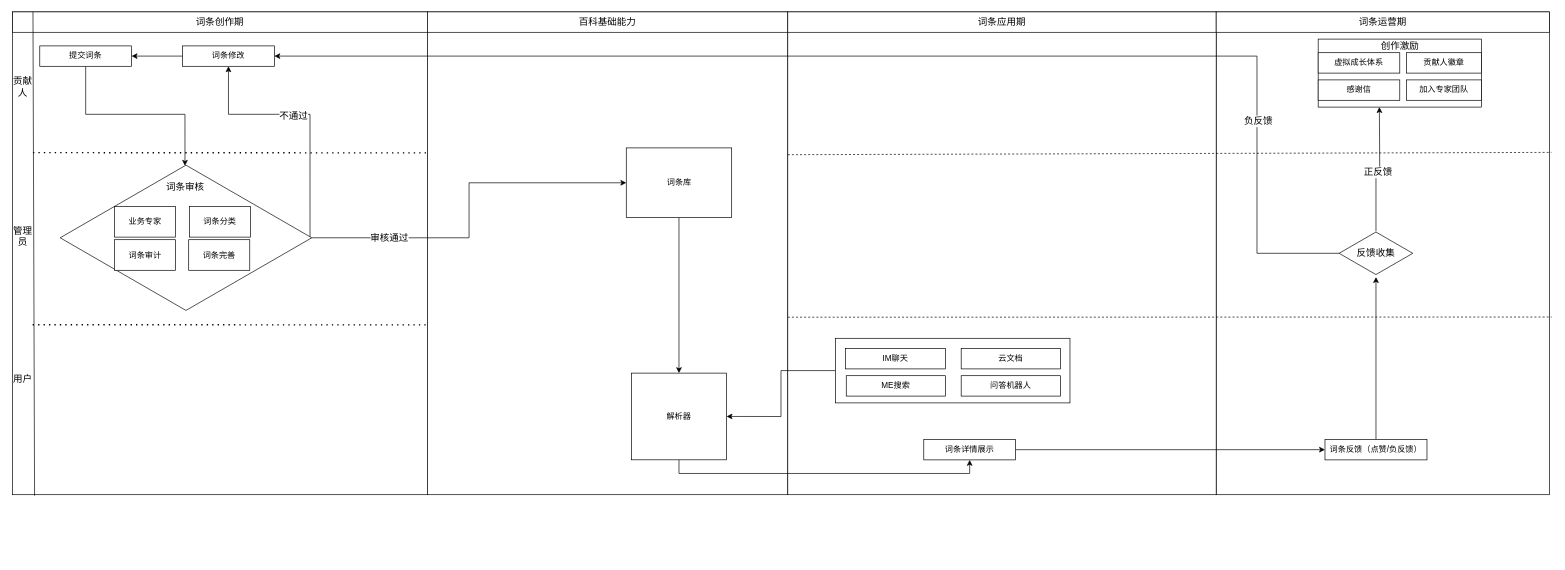
This is 知识百科-业务流程图-改3.drawio from CoderGrowing/draw.io, a draw.io file, before an edit. Source tidied: cells renumbered, new cells numbered last; positions are measured from the earlier drawing's top-left corner, leaving out a move shared by most shapes. Both pictures are drawn from the tidied source at 68%, with x=0, y=0 at pixel (12, 12).
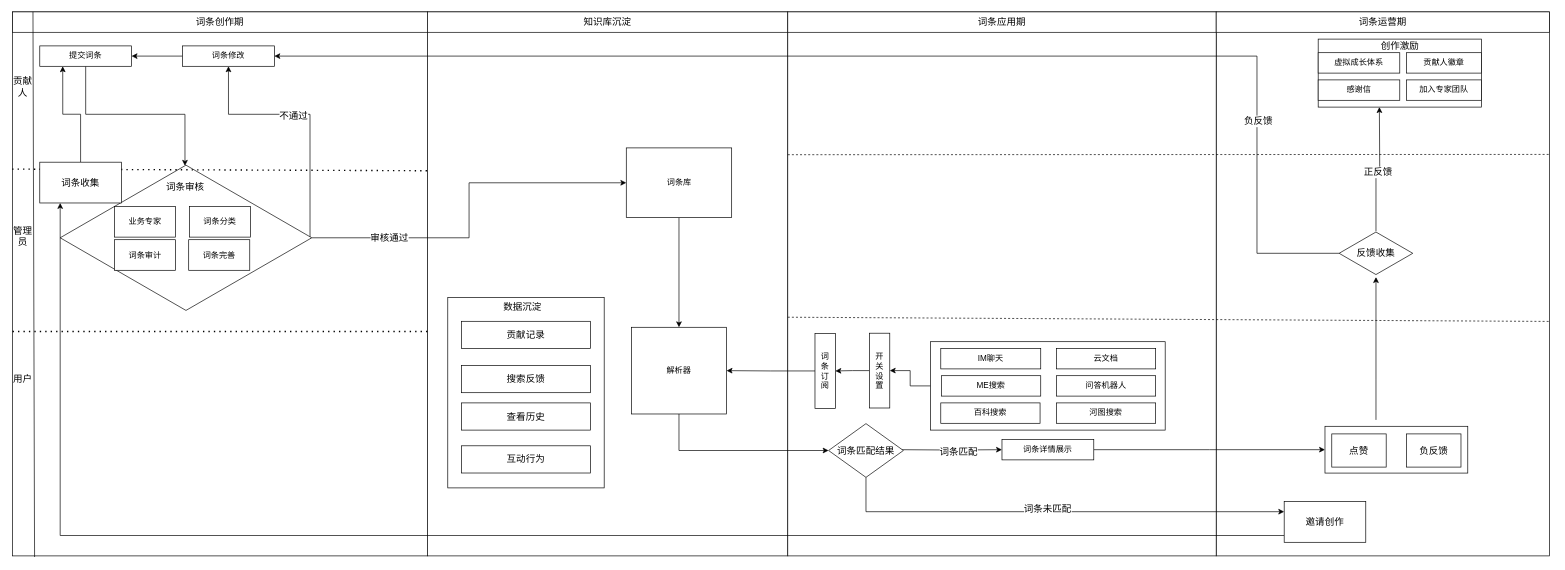
Above is the later version.

Commit message (it also covers changes not shown here):
更新知识百科-业务流程图-改3.drawio

The change refers to these unchanged cells:
```xml
<mxCell id="8" value="提交词条" style="rounded=0;whiteSpace=wrap;html=1;" parent="1" vertex="1">
  <mxGeometry x="40" y="50" width="135" height="30" as="geometry" />
</mxCell>
```

Change to the diagram source:
```diff
@@
     <mxCell id="2" style="rounded=0;whiteSpace=wrap;html=1;" parent="1" vertex="1">
-      <mxGeometry x="1770" width="490" height="710" as="geometry" />
+      <mxGeometry x="1770" width="490" height="800" as="geometry" />
     </mxCell>
@@
     <mxCell id="4" style="rounded=0;whiteSpace=wrap;html=1;" parent="1" vertex="1">
-      <mxGeometry width="610" height="710" as="geometry" />
+      <mxGeometry width="610" height="800" as="geometry" />
     </mxCell>
     <mxCell id="5" style="rounded=0;whiteSpace=wrap;html=1;" parent="1" vertex="1">
-      <mxGeometry x="610" width="530" height="710" as="geometry" />
+      <mxGeometry x="610" width="530" height="800" as="geometry" />
     </mxCell>
     <mxCell id="6" style="rounded=0;whiteSpace=wrap;html=1;" parent="1" vertex="1">
-      <mxGeometry x="1140" width="630" height="710" as="geometry" />
+      <mxGeometry x="1140" width="630" height="800" as="geometry" />
     </mxCell>
@@
-    <mxCell id="10" value="&lt;span style=&quot;font-size: 14px;&quot;&gt;百科基础能力&lt;/span&gt;" style="rounded=0;whiteSpace=wrap;html=1;" parent="1" vertex="1">
+    <mxCell id="10" value="&lt;span style=&quot;font-size: 14px;&quot;&gt;知识库沉淀&lt;/span&gt;" style="rounded=0;whiteSpace=wrap;html=1;" parent="1" vertex="1">
       <mxGeometry x="610" width="530" height="30" as="geometry" />
     </mxCell>
@@
-    <mxCell id="13" style="endArrow=none;dashed=1;html=1;rounded=0;fontSize=14;entryX=1.006;entryY=0.291;entryDx=0;entryDy=0;entryPerimeter=0;" parent="1" edge="1" target="2">
+    <mxCell id="13" style="endArrow=none;dashed=1;html=1;rounded=0;fontSize=14;entryX=0.999;entryY=0.262;entryDx=0;entryDy=0;entryPerimeter=0;" parent="1" edge="1" target="2">
       <mxGeometry relative="1" as="geometry">
         <mxPoint x="1140" y="210" as="sourcePoint" />
       </mxGeometry>
     </mxCell>
@@
-    <mxCell id="20" style="endArrow=none;dashed=1;html=1;rounded=0;fontSize=14;entryX=1.007;entryY=0.632;entryDx=0;entryDy=0;entryPerimeter=0;" parent="1" edge="1" target="2">
+    <mxCell id="20" style="endArrow=none;dashed=1;html=1;rounded=0;fontSize=14;entryX=1.002;entryY=0.569;entryDx=0;entryDy=0;entryPerimeter=0;" parent="1" edge="1" target="2">
       <mxGeometry relative="1" as="geometry">
         <mxPoint x="1140" y="449" as="sourcePoint" />
       </mxGeometry>
     </mxCell>
@@
-    <mxCell id="27" style="edgeStyle=orthogonalEdgeStyle;rounded=0;jettySize=auto;html=1;entryX=1;entryY=0.5;entryDx=0;entryDy=0;fontSize=14;" parent="1" edge="1" source="28" target="54">
-      <mxGeometry relative="1" as="geometry" />
-    </mxCell>
+    <mxCell id="57" style="edgeStyle=orthogonalEdgeStyle;rounded=0;jettySize=auto;html=1;entryX=1;entryY=0.5;entryDx=0;entryDy=0;fontSize=14;" parent="1" edge="1" source="28" target="60">
+      <mxGeometry relative="1" as="geometry" />
+    </mxCell>
     <mxCell id="28" style="rounded=0;whiteSpace=wrap;html=1;" parent="1" vertex="1">
-      <mxGeometry x="1210" y="480" width="345" height="95" as="geometry" />
+      <mxGeometry x="1350" y="485" width="345" height="130" as="geometry" />
     </mxCell>
     <mxCell id="29" value="IM聊天" style="rounded=0;whiteSpace=wrap;html=1;" parent="1" vertex="1">
-      <mxGeometry x="1225" y="495" width="147" height="30" as="geometry" />
+      <mxGeometry x="1365" y="495" width="147" height="30" as="geometry" />
     </mxCell>
     <mxCell id="30" value="云文档" style="rounded=0;whiteSpace=wrap;html=1;" parent="1" vertex="1">
-      <mxGeometry x="1395" y="495" width="146" height="30" as="geometry" />
+      <mxGeometry x="1535" y="495" width="146" height="30" as="geometry" />
     </mxCell>
     <mxCell id="31" value="ME搜索" style="rounded=0;whiteSpace=wrap;html=1;" parent="1" vertex="1">
-      <mxGeometry x="1226" y="535" width="146" height="30" as="geometry" />
+      <mxGeometry x="1366" y="535" width="146" height="30" as="geometry" />
     </mxCell>
     <mxCell id="32" value="问答机器人" style="rounded=0;whiteSpace=wrap;html=1;" parent="1" vertex="1">
-      <mxGeometry x="1395" y="535" width="146" height="30" as="geometry" />
+      <mxGeometry x="1535" y="535" width="146" height="30" as="geometry" />
     </mxCell>
@@
-    <mxCell id="34" style="edgeStyle=orthogonalEdgeStyle;rounded=0;jettySize=auto;html=1;entryX=0;entryY=0.5;entryDx=0;entryDy=0;fontSize=14;" parent="1" edge="1" source="35" target="37">
-      <mxGeometry relative="1" as="geometry" />
+    <mxCell id="34" style="edgeStyle=orthogonalEdgeStyle;rounded=0;jettySize=auto;html=1;entryX=0;entryY=0.5;entryDx=0;entryDy=0;fontSize=14;" parent="1" edge="1" source="35">
+      <mxGeometry relative="1" as="geometry">
+        <mxPoint x="1930" y="643.8" as="targetPoint" />
+      </mxGeometry>
     </mxCell>
     <mxCell id="35" value="词条详情展示" style="rounded=0;whiteSpace=wrap;html=1;" parent="1" vertex="1">
-      <mxGeometry x="1340" y="628.8" width="135" height="30" as="geometry" />
+      <mxGeometry x="1455" y="628.8" width="135" height="30" as="geometry" />
     </mxCell>
-    <mxCell id="36" style="edgeStyle=orthogonalEdgeStyle;rounded=0;jettySize=auto;html=1;entryX=0.5;entryY=1;entryDx=0;entryDy=0;fontSize=14;" parent="1" edge="1" source="37">
+    <mxCell id="36" style="edgeStyle=orthogonalEdgeStyle;rounded=0;orthogonalLoop=1;jettySize=auto;html=1;entryX=0.5;entryY=1;entryDx=0;entryDy=0;fontSize=14;" parent="1" edge="1">
       <mxGeometry relative="1" as="geometry">
+        <mxPoint x="2005" y="600" as="sourcePoint" />
         <mxPoint x="2005" y="390" as="targetPoint" />
+        <Array as="points">
+          <mxPoint x="2005" y="540" />
+          <mxPoint x="2005" y="540" />
+        </Array>
       </mxGeometry>
     </mxCell>
-    <mxCell id="37" value="词条反馈（点赞/负反馈）" style="rounded=0;whiteSpace=wrap;html=1;" parent="1" vertex="1">
-      <mxGeometry x="1930" y="628.8" width="150" height="30" as="geometry" />
-    </mxCell>
@@
-    <mxCell id="53" style="edgeStyle=orthogonalEdgeStyle;rounded=0;jettySize=auto;html=1;entryX=0.5;entryY=1;entryDx=0;entryDy=0;fontSize=14;exitX=0.5;exitY=1;exitDx=0;exitDy=0;" parent="1" edge="1" source="54" target="35">
-      <mxGeometry relative="1" as="geometry" />
-    </mxCell>
+    <mxCell id="58" style="edgeStyle=orthogonalEdgeStyle;rounded=0;jettySize=auto;html=1;entryX=0;entryY=0.5;entryDx=0;entryDy=0;fontSize=14;exitX=0.5;exitY=1;exitDx=0;exitDy=0;" parent="1" edge="1" source="54" target="75">
+      <mxGeometry relative="1" as="geometry" />
+    </mxCell>
     <mxCell id="54" value="解析器" style="rounded=0;whiteSpace=wrap;html=1;" parent="1" vertex="1">
-      <mxGeometry x="910" y="531.2" width="140" height="127.5" as="geometry" />
+      <mxGeometry x="910" y="463.8" width="140" height="127.5" as="geometry" />
     </mxCell>
-    <mxCell id="55" style="endArrow=none;dashed=1;html=1;dashPattern=1 3;strokeWidth=2;rounded=0;fontSize=14;entryX=0.001;entryY=0.292;entryDx=0;entryDy=0;entryPerimeter=0;" parent="1" edge="1" target="5">
-      <mxGeometry relative="1" as="geometry">
-        <mxPoint x="30" y="207" as="sourcePoint" />
-      </mxGeometry>
+    <mxCell id="55" style="endArrow=none;dashed=1;html=1;dashPattern=1 3;strokeWidth=2;rounded=0;fontSize=14;entryX=0.001;entryY=0.292;entryDx=0;entryDy=0;entryPerimeter=0;exitX=-0.001;exitY=0.289;exitDx=0;exitDy=0;exitPerimeter=0;" parent="1" edge="1" source="4" target="5">
+      <mxGeometry relative="1" as="geometry" />
     </mxCell>
-    <mxCell id="56" style="endArrow=none;dashed=1;html=1;dashPattern=1 3;strokeWidth=2;rounded=0;fontSize=14;entryX=0.001;entryY=0.292;entryDx=0;entryDy=0;entryPerimeter=0;" parent="1" edge="1">
+    <mxCell id="56" style="endArrow=none;dashed=1;html=1;dashPattern=1 3;strokeWidth=2;rounded=0;fontSize=14;" parent="1" edge="1">
       <mxGeometry relative="1" as="geometry">
-        <mxPoint x="29.5" y="460" as="sourcePoint" />
-        <mxPoint x="610" y="460.3" as="targetPoint" />
+        <mxPoint y="470" as="sourcePoint" />
+        <mxPoint x="610" y="470" as="targetPoint" />
       </mxGeometry>
     </mxCell>
+    <mxCell id="59" style="edgeStyle=orthogonalEdgeStyle;rounded=0;jettySize=auto;html=1;entryX=1;entryY=0.5;entryDx=0;entryDy=0;fontSize=14;" parent="1" edge="1" source="60" target="62">
+      <mxGeometry relative="1" as="geometry" />
+    </mxCell>
+    <mxCell id="60" value="开&lt;br&gt;关&lt;br&gt;设&lt;br&gt;置" style="rounded=0;whiteSpace=wrap;html=1;" parent="1" vertex="1">
+      <mxGeometry x="1260" y="472.5" width="30" height="110" as="geometry" />
+    </mxCell>
+    <mxCell id="61" style="edgeStyle=orthogonalEdgeStyle;rounded=0;jettySize=auto;html=1;entryX=1;entryY=0.5;entryDx=0;entryDy=0;fontSize=14;" parent="1" edge="1" source="62" target="54">
+      <mxGeometry relative="1" as="geometry" />
+    </mxCell>
+    <mxCell id="62" value="词&lt;br&gt;条&lt;br&gt;订&lt;br&gt;阅" style="rounded=0;whiteSpace=wrap;html=1;" parent="1" vertex="1">
+      <mxGeometry x="1180" y="473" width="30" height="110" as="geometry" />
+    </mxCell>
+    <mxCell id="63" style="edgeStyle=orthogonalEdgeStyle;rounded=0;jettySize=auto;html=1;entryX=0;entryY=0.5;entryDx=0;entryDy=0;fontSize=14;" parent="1" edge="1" target="35">
+      <mxGeometry relative="1" as="geometry">
+        <mxPoint x="1305" y="643.8" as="sourcePoint" />
+      </mxGeometry>
+    </mxCell>
+    <mxCell id="64" value="词条匹配" style="edgeLabel;html=1;align=center;verticalAlign=middle;fontSize=14;" parent="63" vertex="1">
+      <mxGeometry x="0.15" y="-3" relative="1" as="geometry">
+        <mxPoint x="-1" as="offset" />
+      </mxGeometry>
+    </mxCell>
+    <mxCell id="65" style="rounded=0;whiteSpace=wrap;html=1;fontSize=14;" parent="1" vertex="1">
+      <mxGeometry x="640" y="420" width="230" height="280" as="geometry" />
+    </mxCell>
+    <mxCell id="66" style="rounded=0;whiteSpace=wrap;html=1;fontSize=14;" parent="1" vertex="1">
+      <mxGeometry x="1930" y="609.4" width="210" height="68.8" as="geometry" />
+    </mxCell>
+    <mxCell id="67" value="点赞" style="rounded=0;whiteSpace=wrap;html=1;fontSize=14;" parent="1" vertex="1">
+      <mxGeometry x="1940" y="620.6" width="80" height="48.8" as="geometry" />
+    </mxCell>
+    <mxCell id="68" value="负反馈" style="rounded=0;whiteSpace=wrap;html=1;fontSize=14;" parent="1" vertex="1">
+      <mxGeometry x="2050" y="620.6" width="80" height="48.8" as="geometry" />
+    </mxCell>
+    <mxCell id="69" style="edgeStyle=orthogonalEdgeStyle;rounded=0;jettySize=auto;html=1;entryX=0.25;entryY=1;entryDx=0;entryDy=0;fontSize=14;" parent="1" edge="1" source="70" target="72">
+      <mxGeometry relative="1" as="geometry">
+        <Array as="points">
+          <mxPoint x="70" y="770" />
+        </Array>
+      </mxGeometry>
+    </mxCell>
+    <mxCell id="70" value="邀请创作" style="rounded=0;whiteSpace=wrap;html=1;fontSize=14;" parent="1" vertex="1">
+      <mxGeometry x="1870" y="720" width="120" height="60" as="geometry" />
+    </mxCell>
+    <mxCell id="71" style="edgeStyle=orthogonalEdgeStyle;rounded=0;jettySize=auto;html=1;entryX=0.25;entryY=1;entryDx=0;entryDy=0;fontSize=14;" parent="1" edge="1" source="72" target="8">
+      <mxGeometry relative="1" as="geometry" />
+    </mxCell>
+    <mxCell id="72" value="词条收集" style="rounded=0;whiteSpace=wrap;html=1;fontSize=14;" parent="1" vertex="1">
+      <mxGeometry x="40" y="221" width="120" height="60" as="geometry" />
+    </mxCell>
+    <mxCell id="73" style="edgeStyle=orthogonalEdgeStyle;rounded=0;jettySize=auto;html=1;entryX=0;entryY=0.25;entryDx=0;entryDy=0;fontSize=14;" parent="1" edge="1" source="75" target="70">
+      <mxGeometry relative="1" as="geometry">
+        <Array as="points">
+          <mxPoint x="1255" y="735" />
+        </Array>
+      </mxGeometry>
+    </mxCell>
+    <mxCell id="74" value="词条未匹配" style="edgeLabel;html=1;align=center;verticalAlign=middle;fontSize=14;" parent="73" vertex="1">
+      <mxGeometry x="-0.03" y="5" relative="1" as="geometry">
+        <mxPoint x="-6" as="offset" />
+      </mxGeometry>
+    </mxCell>
+    <mxCell id="75" value="词条匹配结果" style="rhombus;whiteSpace=wrap;html=1;fontSize=14;" parent="1" vertex="1">
+      <mxGeometry x="1200" y="605.5" width="110" height="79" as="geometry" />
+    </mxCell>
+    <mxCell id="76" value="贡献记录" style="rounded=0;whiteSpace=wrap;html=1;fontSize=14;" parent="1" vertex="1">
+      <mxGeometry x="660" y="455" width="190" height="40" as="geometry" />
+    </mxCell>
+    <mxCell id="77" value="搜索反馈" style="rounded=0;whiteSpace=wrap;html=1;fontSize=14;" parent="1" vertex="1">
+      <mxGeometry x="660" y="520" width="190" height="40" as="geometry" />
+    </mxCell>
+    <mxCell id="78" value="查看历史" style="rounded=0;whiteSpace=wrap;html=1;fontSize=14;" parent="1" vertex="1">
+      <mxGeometry x="660" y="575" width="190" height="40" as="geometry" />
+    </mxCell>
+    <mxCell id="79" value="互动行为" style="rounded=0;whiteSpace=wrap;html=1;fontSize=14;" parent="1" vertex="1">
+      <mxGeometry x="660" y="638.1" width="190" height="40" as="geometry" />
+    </mxCell>
+    <mxCell id="80" value="百科搜索" style="rounded=0;whiteSpace=wrap;html=1;" parent="1" vertex="1">
+      <mxGeometry x="1365" y="575" width="146" height="30" as="geometry" />
+    </mxCell>
+    <mxCell id="81" value="河图搜索" style="rounded=0;whiteSpace=wrap;html=1;" parent="1" vertex="1">
+      <mxGeometry x="1535" y="575" width="146" height="30" as="geometry" />
+    </mxCell>
+    <mxCell id="82" value="数据沉淀" style="text;html=1;strokeColor=none;fillColor=none;align=center;verticalAlign=middle;whiteSpace=wrap;rounded=0;fontSize=14;" parent="1" vertex="1">
+      <mxGeometry x="700" y="420" width="100" height="28.8" as="geometry" />
+    </mxCell>
```
